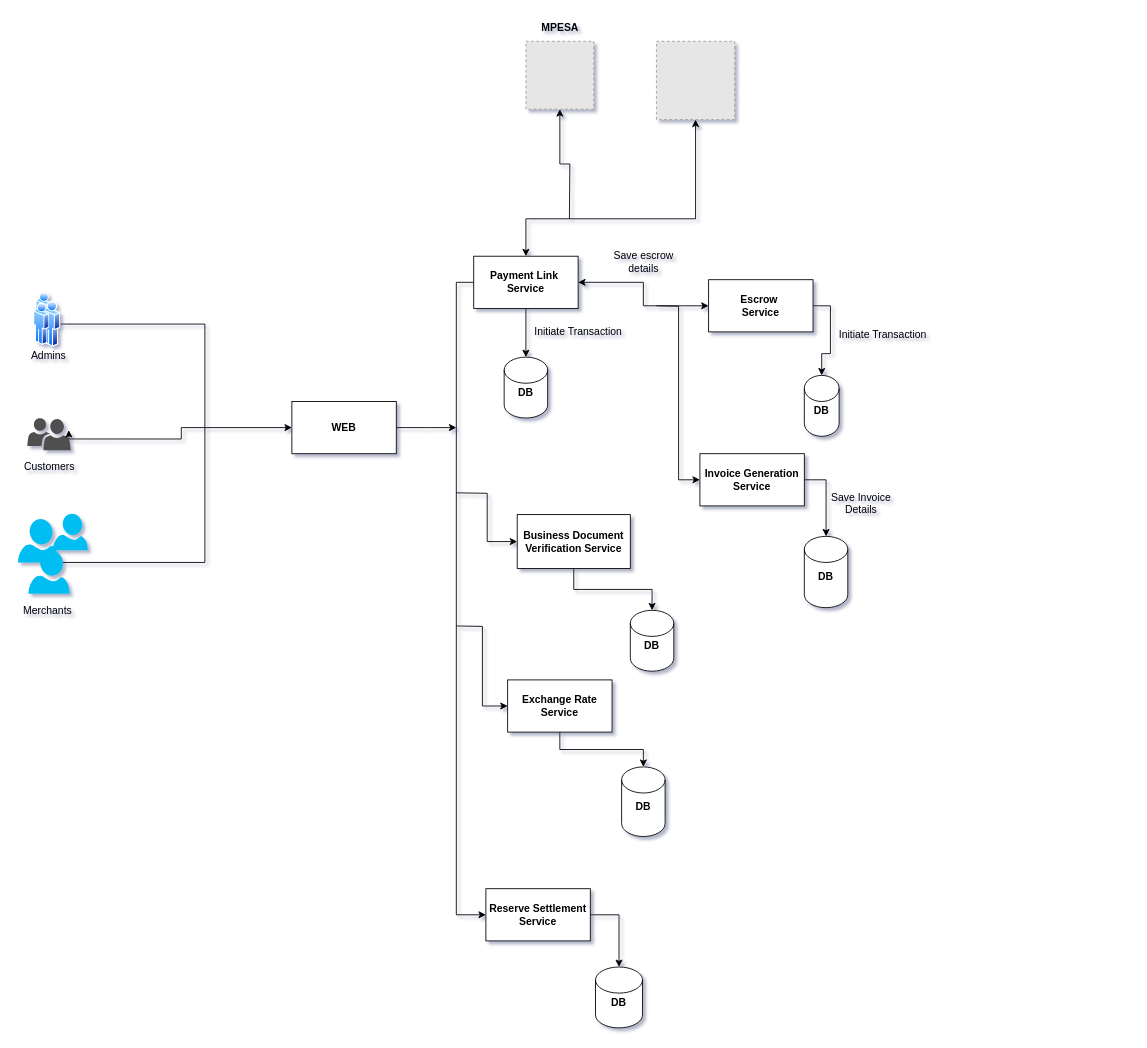
Before: Untitled Diagram.drawio in Lowkey1729/c-_addition, a draw.io diagram. Source tidied: cells renumbered, new cells numbered last; positions are measured from the earlier drawing's top-left corner, leaving out a move shared by most shapes. Both pictures are drawn from the tidied source at 87%, with x=0, y=0 at pixel (15, 15). Pictures stored in the file or linked from it are replaced by grey dashed boxes.
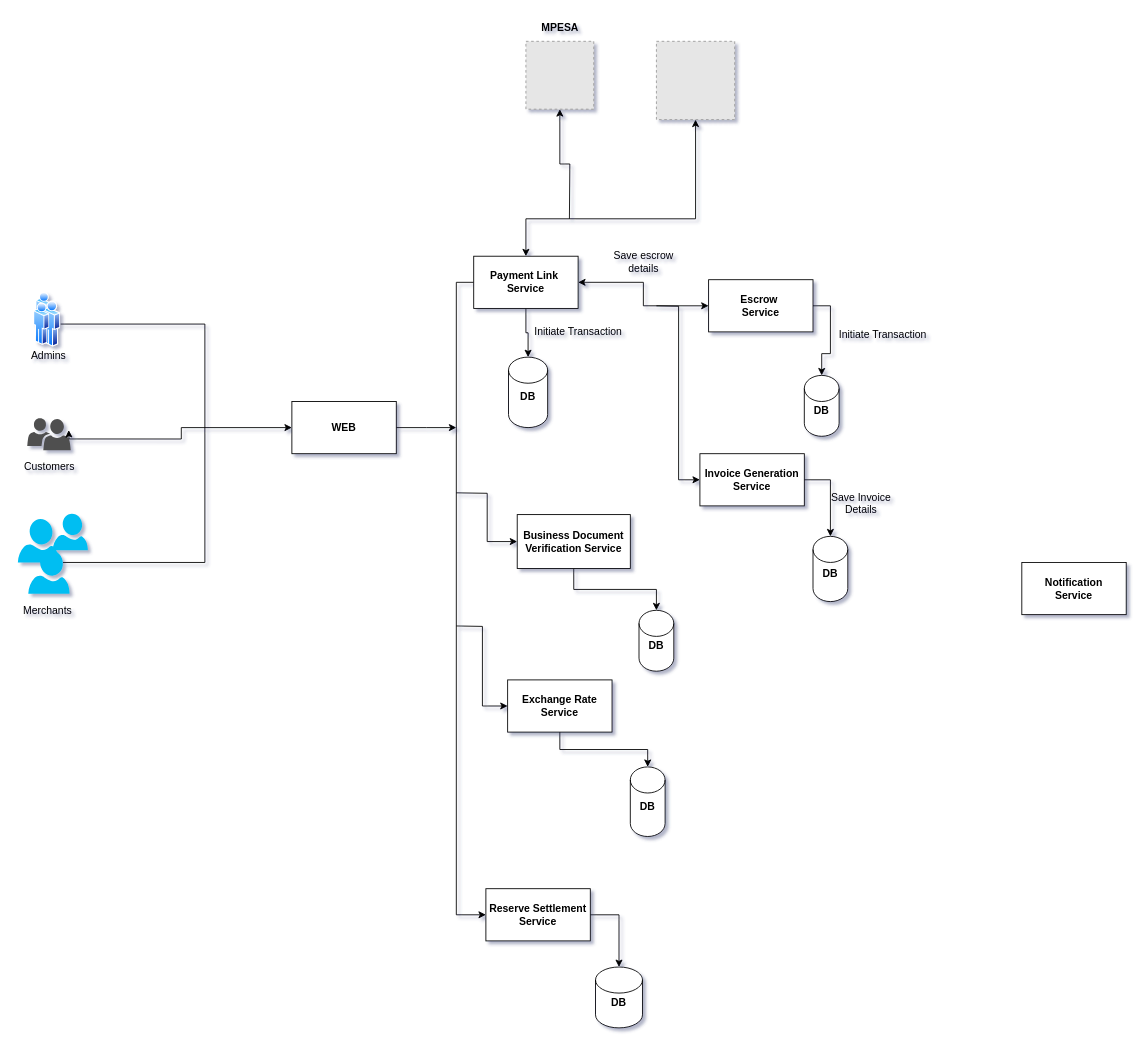
The same diagram, later.

Commit message:
Camirel Camicollect

What changed in the source:
```diff
@@
     <mxCell id="30" value="&lt;b&gt;DB&lt;/b&gt;&lt;div&gt;&lt;br&gt;&lt;/div&gt;" style="shape=cylinder3;whiteSpace=wrap;html=1;boundedLbl=1;backgroundOutline=1;size=15;" parent="1" vertex="1">
-      <mxGeometry x="562" y="393" width="50" height="70" as="geometry" />
+      <mxGeometry x="567" y="393" width="45" height="81" as="geometry" />
     </mxCell>
@@
     <mxCell id="39" value="&lt;b&gt;DB&lt;/b&gt;&lt;div&gt;&lt;br&gt;&lt;/div&gt;" style="shape=cylinder3;whiteSpace=wrap;html=1;boundedLbl=1;backgroundOutline=1;size=15;" parent="1" vertex="1">
-      <mxGeometry x="707" y="684" width="50" height="70" as="geometry" />
+      <mxGeometry x="717" y="684" width="40" height="70" as="geometry" />
     </mxCell>
     <mxCell id="40" value="&lt;b&gt;DB&lt;/b&gt;&lt;div&gt;&lt;br&gt;&lt;/div&gt;" style="shape=cylinder3;whiteSpace=wrap;html=1;boundedLbl=1;backgroundOutline=1;size=15;" parent="1" vertex="1">
-      <mxGeometry x="697" y="864" width="50" height="80" as="geometry" />
+      <mxGeometry x="707" y="864" width="40" height="80" as="geometry" />
     </mxCell>
@@
     <mxCell id="45" value="&lt;b&gt;DB&lt;/b&gt;&lt;div&gt;&lt;br&gt;&lt;/div&gt;" style="shape=cylinder3;whiteSpace=wrap;html=1;boundedLbl=1;backgroundOutline=1;size=15;" parent="1" vertex="1">
-      <mxGeometry x="907" y="599" width="50" height="82" as="geometry" />
+      <mxGeometry x="917" y="599" width="40" height="75" as="geometry" />
     </mxCell>
@@
+    <mxCell id="49" value="&lt;b&gt;Notification&lt;/b&gt;&lt;div&gt;&lt;b&gt;Service&lt;/b&gt;&lt;/div&gt;" style="rounded=0;whiteSpace=wrap;html=1;" parent="1" vertex="1">
+      <mxGeometry x="1157" y="629" width="120" height="60" as="geometry" />
+    </mxCell>
```
